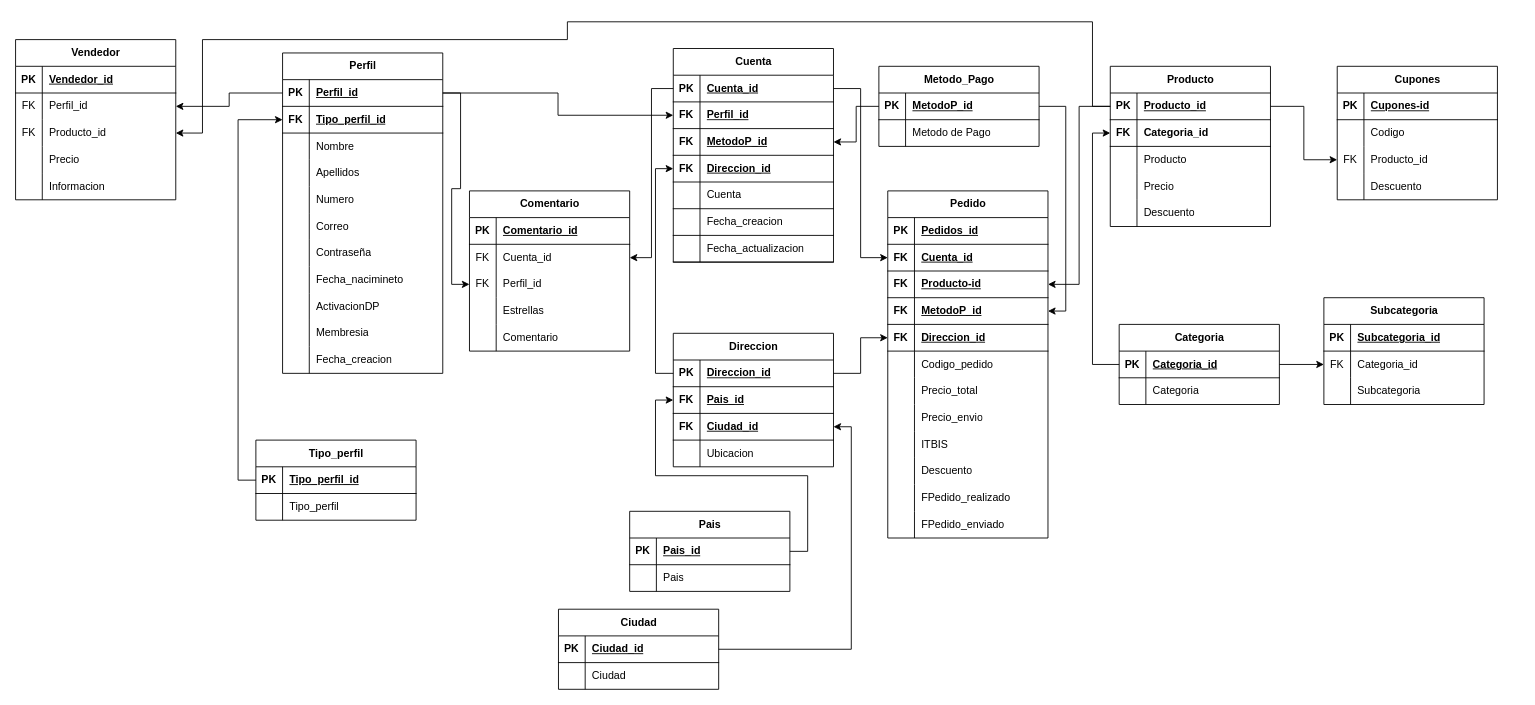
Earlier version of the draw.io diagram TIenda_Diagrama.drawio (Theking1660/Tienda_Web). Source tidied: cells renumbered, new cells numbered last; positions are measured from the earlier drawing's top-left corner, leaving out a move shared by most shapes. Both pictures are drawn from the tidied source at 89%, with x=0, y=0 at pixel (15, 21).
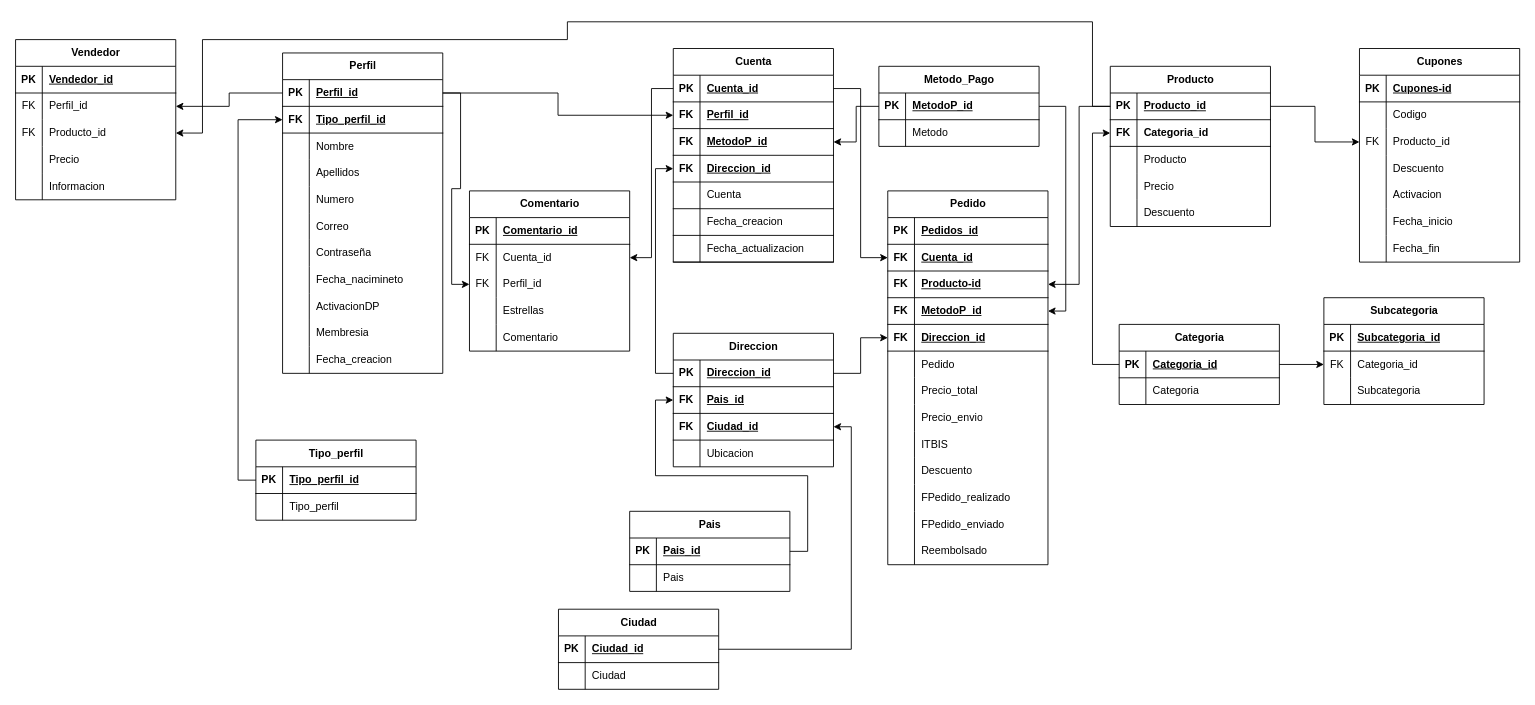
Above is the later version.

Unchanged cells that the change refers to:
```xml
<mxCell id="101" style="shape=tableRow;horizontal=0;startSize=0;swimlaneHead=0;swimlaneBody=0;fillColor=none;top=0;left=0;right=0;bottom=0;" parent="97" vertex="1">
  <mxGeometry y="60" width="180" height="30" as="geometry" />
</mxCell>
<mxCell id="121" style="shape=tableRow;horizontal=0;startSize=0;swimlaneHead=0;swimlaneBody=0;fillColor=none;top=0;left=0;right=0;bottom=0;" parent="105" vertex="1">
  <mxGeometry y="180" width="180" height="30" as="geometry" />
</mxCell>
```

The edit, as a diff of the source:
```diff
@@
-    <mxCell id="103" value="Metodo de Pago" style="shape=partialRectangle;fillColor=none;top=0;left=0;bottom=0;right=0;align=left;spacingLeft=6;overflow=hidden;whiteSpace=wrap;html=1;" parent="101" vertex="1">
+    <mxCell id="103" value="Metodo" style="shape=partialRectangle;fillColor=none;top=0;left=0;bottom=0;right=0;align=left;spacingLeft=6;overflow=hidden;whiteSpace=wrap;html=1;" parent="101" vertex="1">
       <mxGeometry x="30" width="150" height="30" as="geometry" />
     </mxCell>
@@
     <mxCell id="105" value="Pedido" style="shape=table;startSize=30;childLayout=tableLayout;rowLines=0;fontStyle=1;align=center;html=1;" parent="1" vertex="1">
-      <mxGeometry x="980" y="190" width="180" height="390" as="geometry" />
+      <mxGeometry x="980" y="190" width="180" height="420" as="geometry" />
     </mxCell>
@@
-    <mxCell id="123" value="Codigo_pedido" style="shape=partialRectangle;fillColor=none;top=0;left=0;bottom=0;right=0;align=left;spacingLeft=6;overflow=hidden;whiteSpace=wrap;html=1;" parent="121" vertex="1">
+    <mxCell id="123" value="Pedido" style="shape=partialRectangle;fillColor=none;top=0;left=0;bottom=0;right=0;align=left;spacingLeft=6;overflow=hidden;whiteSpace=wrap;html=1;" parent="121" vertex="1">
       <mxGeometry x="30" width="150" height="30" as="geometry" />
     </mxCell>
@@
+    <mxCell id="231" style="shape=tableRow;horizontal=0;startSize=0;swimlaneHead=0;swimlaneBody=0;fillColor=none;top=0;left=0;right=0;bottom=0;" parent="105" vertex="1">
+      <mxGeometry y="390" width="180" height="30" as="geometry" />
+    </mxCell>
+    <mxCell id="232" style="shape=partialRectangle;fillColor=none;top=0;left=0;bottom=0;right=0;overflow=hidden;whiteSpace=wrap;html=1;" parent="231" vertex="1">
+      <mxGeometry width="30" height="30" as="geometry" />
+    </mxCell>
+    <mxCell id="233" value="Reembolsado" style="shape=partialRectangle;fillColor=none;top=0;left=0;bottom=0;right=0;align=left;spacingLeft=6;overflow=hidden;whiteSpace=wrap;html=1;" parent="231" vertex="1">
+      <mxGeometry x="30" width="150" height="30" as="geometry" />
+    </mxCell>
@@
     <mxCell id="181" value="Cupones" style="shape=table;startSize=30;childLayout=tableLayout;rowLines=0;fontStyle=1;align=center;html=1;" parent="1" vertex="1">
-      <mxGeometry x="1485" y="50" width="180" height="150" as="geometry" />
+      <mxGeometry x="1510" y="30" width="180" height="240" as="geometry" />
     </mxCell>
@@
+    <mxCell id="234" style="shape=tableRow;horizontal=0;startSize=0;swimlaneHead=0;swimlaneBody=0;fillColor=none;top=0;left=0;right=0;bottom=0;" parent="181" vertex="1">
+      <mxGeometry y="150" width="180" height="30" as="geometry" />
+    </mxCell>
+    <mxCell id="235" style="shape=partialRectangle;fillColor=none;top=0;left=0;bottom=0;right=0;overflow=hidden;whiteSpace=wrap;html=1;" parent="234" vertex="1">
+      <mxGeometry width="30" height="30" as="geometry" />
+    </mxCell>
+    <mxCell id="236" value="Activacion" style="shape=partialRectangle;fillColor=none;top=0;left=0;bottom=0;right=0;align=left;spacingLeft=6;overflow=hidden;whiteSpace=wrap;html=1;" parent="234" vertex="1">
+      <mxGeometry x="30" width="150" height="30" as="geometry" />
+    </mxCell>
+    <mxCell id="237" style="shape=tableRow;horizontal=0;startSize=0;swimlaneHead=0;swimlaneBody=0;fillColor=none;top=0;left=0;right=0;bottom=0;" parent="181" vertex="1">
+      <mxGeometry y="180" width="180" height="30" as="geometry" />
+    </mxCell>
+    <mxCell id="238" style="shape=partialRectangle;fillColor=none;top=0;left=0;bottom=0;right=0;overflow=hidden;whiteSpace=wrap;html=1;" parent="237" vertex="1">
+      <mxGeometry width="30" height="30" as="geometry" />
+    </mxCell>
+    <mxCell id="239" value="Fecha_inicio" style="shape=partialRectangle;fillColor=none;top=0;left=0;bottom=0;right=0;align=left;spacingLeft=6;overflow=hidden;whiteSpace=wrap;html=1;" parent="237" vertex="1">
+      <mxGeometry x="30" width="150" height="30" as="geometry" />
+    </mxCell>
+    <mxCell id="240" style="shape=tableRow;horizontal=0;startSize=0;swimlaneHead=0;swimlaneBody=0;fillColor=none;top=0;left=0;right=0;bottom=0;" parent="181" vertex="1">
+      <mxGeometry y="210" width="180" height="30" as="geometry" />
+    </mxCell>
+    <mxCell id="241" style="shape=partialRectangle;fillColor=none;top=0;left=0;bottom=0;right=0;overflow=hidden;whiteSpace=wrap;html=1;" parent="240" vertex="1">
+      <mxGeometry width="30" height="30" as="geometry" />
+    </mxCell>
+    <mxCell id="242" value="Fecha_fin" style="shape=partialRectangle;fillColor=none;top=0;left=0;bottom=0;right=0;align=left;spacingLeft=6;overflow=hidden;whiteSpace=wrap;html=1;" parent="240" vertex="1">
+      <mxGeometry x="30" width="150" height="30" as="geometry" />
+    </mxCell>
```
